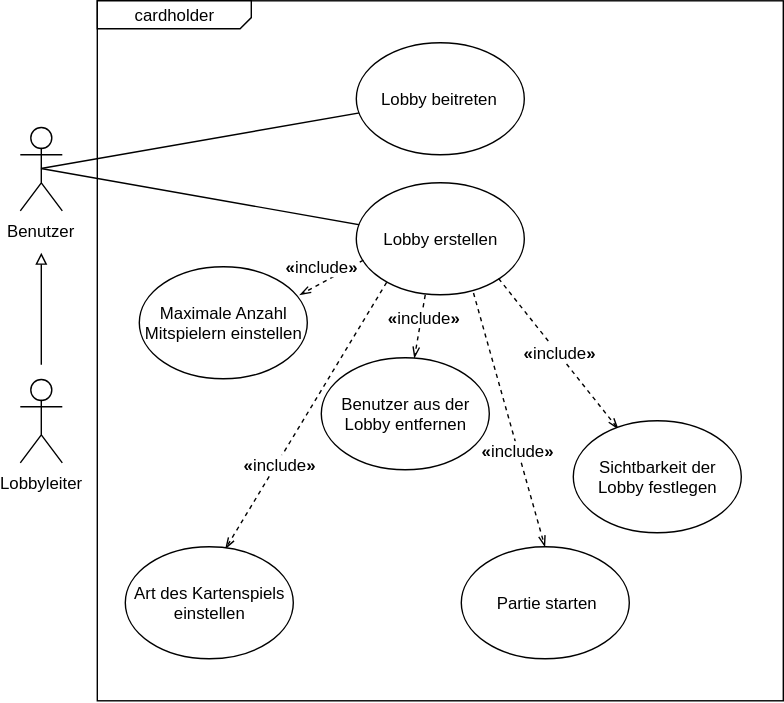
Above: docs/img/ch_usecase.svg in cardholder/docs (draw.io), before the change. Source tidied: cells renumbered, new cells last; positions are measured from the earlier drawing's top-left corner, leaving out a move shared by most shapes. The source it was exported from:
```xml
<mxGraphModel>
  <root>
    <mxCell id="0" />
    <mxCell id="1" parent="0" />
    <mxCell id="2" style="rounded=0;whiteSpace=wrap;html=1;" parent="1" vertex="1">
      <mxGeometry x="55" width="490" height="500" as="geometry" />
    </mxCell>
    <mxCell id="3" style="endArrow=block;html=1;endFill=0;" parent="1" edge="1">
      <mxGeometry relative="1" as="geometry">
        <mxPoint x="15" y="260" as="sourcePoint" />
        <mxPoint x="15" y="180" as="targetPoint" />
      </mxGeometry>
    </mxCell>
    <mxCell id="4" style="jettySize=auto;html=1;exitX=0.5;exitY=0.5;exitDx=0;exitDy=0;exitPerimeter=0;entryX=0.5;entryY=0.5;entryDx=0;entryDy=0;entryPerimeter=0;endArrow=block;endFill=0;rounded=0;strokeColor=#000000;" parent="1" edge="1" source="6" target="8">
      <mxGeometry relative="1" as="geometry" />
    </mxCell>
    <mxCell id="5" style="edgeStyle=none;rounded=0;jettySize=auto;html=1;exitX=0.5;exitY=0.5;exitDx=0;exitDy=0;exitPerimeter=0;entryX=0.5;entryY=0.5;entryDx=0;entryDy=0;entryPerimeter=0;endArrow=block;endFill=0;strokeColor=#000000;" parent="1" edge="1" source="6" target="9">
      <mxGeometry relative="1" as="geometry" />
    </mxCell>
    <mxCell id="6" value="Benutzer" style="shape=umlActor;verticalLabelPosition=bottom;labelBackgroundColor=#ffffff;verticalAlign=top;html=1;outlineConnect=0;" parent="1" vertex="1">
      <mxGeometry y="90" width="30" height="60" as="geometry" />
    </mxCell>
    <mxCell id="7" value="Lobbyleiter" style="shape=umlActor;verticalLabelPosition=bottom;labelBackgroundColor=#ffffff;verticalAlign=top;html=1;outlineConnect=0;" parent="1" vertex="1">
      <mxGeometry y="270" width="30" height="60" as="geometry" />
    </mxCell>
    <mxCell id="8" value="Lobby beitreten" style="ellipse;whiteSpace=wrap;html=1;" parent="1" vertex="1">
      <mxGeometry x="239.5" y="30" width="120" height="80" as="geometry" />
    </mxCell>
    <mxCell id="9" value="Lobby erstellen" style="ellipse;whiteSpace=wrap;html=1;" parent="1" vertex="1">
      <mxGeometry x="239.5" y="130" width="120" height="80" as="geometry" />
    </mxCell>
    <mxCell id="10" style="edgeStyle=none;rounded=0;jettySize=auto;html=1;exitX=0.185;exitY=0.887;exitDx=0;exitDy=0;dashed=1;endArrow=openThin;endFill=0;strokeColor=#000000;exitPerimeter=0;entryX=0.596;entryY=0.016;entryDx=0;entryDy=0;entryPerimeter=0;" parent="1" edge="1" source="9" target="12">
      <mxGeometry relative="1" as="geometry" />
    </mxCell>
    <mxCell id="11" value="&lt;b&gt;«&lt;/b&gt;include&lt;b&gt;»&lt;/b&gt;" style="text;html=1;align=center;verticalAlign=middle;labelBackgroundColor=#ffffff;" parent="10" vertex="1">
      <mxGeometry x="-0.38" relative="1" as="geometry">
        <mxPoint x="-40.5" y="69.5" as="offset" />
      </mxGeometry>
    </mxCell>
    <mxCell id="12" value="Art des Kartenspiels einstellen" style="ellipse;whiteSpace=wrap;html=1;" parent="1" vertex="1">
      <mxGeometry x="75" y="390" width="120" height="80" as="geometry" />
    </mxCell>
    <mxCell id="13" style="edgeStyle=none;rounded=0;jettySize=auto;html=1;exitX=0.047;exitY=0.688;exitDx=0;exitDy=0;endArrow=openThin;endFill=0;strokeColor=#000000;dashed=1;exitPerimeter=0;entryX=0.955;entryY=0.249;entryDx=0;entryDy=0;entryPerimeter=0;" parent="1" edge="1" source="9" target="15">
      <mxGeometry relative="1" as="geometry" />
    </mxCell>
    <mxCell id="14" value="&lt;b&gt;«&lt;/b&gt;include&lt;b&gt;»&lt;/b&gt;" style="text;html=1;align=center;verticalAlign=middle;labelBackgroundColor=#ffffff;" parent="13" vertex="1">
      <mxGeometry x="-0.38" y="2" relative="1" as="geometry">
        <mxPoint x="-17" y="-4.5" as="offset" />
      </mxGeometry>
    </mxCell>
    <mxCell id="15" value="Maximale Anzahl Mitspielern einstellen" style="ellipse;whiteSpace=wrap;html=1;" parent="1" vertex="1">
      <mxGeometry x="85" y="190" width="120" height="80" as="geometry" />
    </mxCell>
    <mxCell id="16" style="edgeStyle=none;rounded=0;jettySize=auto;html=1;entryX=0.268;entryY=0.072;entryDx=0;entryDy=0;dashed=1;endArrow=openThin;endFill=0;strokeColor=#000000;entryPerimeter=0;exitX=1;exitY=1;exitDx=0;exitDy=0;" parent="1" edge="1" source="9" target="18">
      <mxGeometry relative="1" as="geometry" />
    </mxCell>
    <mxCell id="17" value="&lt;b&gt;«&lt;/b&gt;include&lt;b&gt;»&lt;/b&gt;" style="text;html=1;align=center;verticalAlign=middle;labelBackgroundColor=#ffffff;" parent="16" vertex="1">
      <mxGeometry x="-0.19" y="-2" relative="1" as="geometry">
        <mxPoint x="10" y="7" as="offset" />
      </mxGeometry>
    </mxCell>
    <mxCell id="18" value="Sichtbarkeit der Lobby festlegen" style="ellipse;whiteSpace=wrap;html=1;" parent="1" vertex="1">
      <mxGeometry x="395" y="300" width="120" height="80" as="geometry" />
    </mxCell>
    <mxCell id="19" style="edgeStyle=none;rounded=0;jettySize=auto;html=1;exitX=0.415;exitY=0.999;exitDx=0;exitDy=0;dashed=1;endArrow=openThin;endFill=0;strokeColor=#000000;exitPerimeter=0;" parent="1" edge="1" source="9" target="21">
      <mxGeometry relative="1" as="geometry" />
    </mxCell>
    <mxCell id="20" value="&lt;b&gt;«&lt;/b&gt;include&lt;b&gt;»&lt;/b&gt;" style="text;html=1;align=center;verticalAlign=middle;labelBackgroundColor=#ffffff;" parent="19" vertex="1">
      <mxGeometry x="-0.34" y="2" relative="1" as="geometry" />
    </mxCell>
    <mxCell id="21" value="Benutzer aus der Lobby entfernen" style="ellipse;whiteSpace=wrap;html=1;" parent="1" vertex="1">
      <mxGeometry x="215" y="255" width="120" height="80" as="geometry" />
    </mxCell>
    <mxCell id="22" style="edgeStyle=none;rounded=0;jettySize=auto;html=1;exitX=0.702;exitY=0.981;exitDx=0;exitDy=0;dashed=1;endArrow=openThin;endFill=0;strokeColor=#000000;exitPerimeter=0;entryX=0.5;entryY=0;entryDx=0;entryDy=0;" parent="1" edge="1" source="9" target="24">
      <mxGeometry relative="1" as="geometry" />
    </mxCell>
    <mxCell id="23" value="&lt;b&gt;«&lt;/b&gt;include&lt;b&gt;»&lt;/b&gt;" style="text;html=1;align=center;verticalAlign=middle;labelBackgroundColor=#ffffff;" parent="22" vertex="1">
      <mxGeometry x="-0.25" y="1" relative="1" as="geometry">
        <mxPoint x="11.5" y="44" as="offset" />
      </mxGeometry>
    </mxCell>
    <mxCell id="24" value="Partie starten" style="ellipse;whiteSpace=wrap;html=1;" parent="1" vertex="1">
      <mxGeometry x="315" y="390" width="120" height="80" as="geometry" />
    </mxCell>
    <mxCell id="25" value="cardholder" style="shape=card;whiteSpace=wrap;html=1;direction=west;size=8;" parent="1" vertex="1">
      <mxGeometry x="55" width="110" height="20" as="geometry" />
    </mxCell>
  </root>
</mxGraphModel>
```
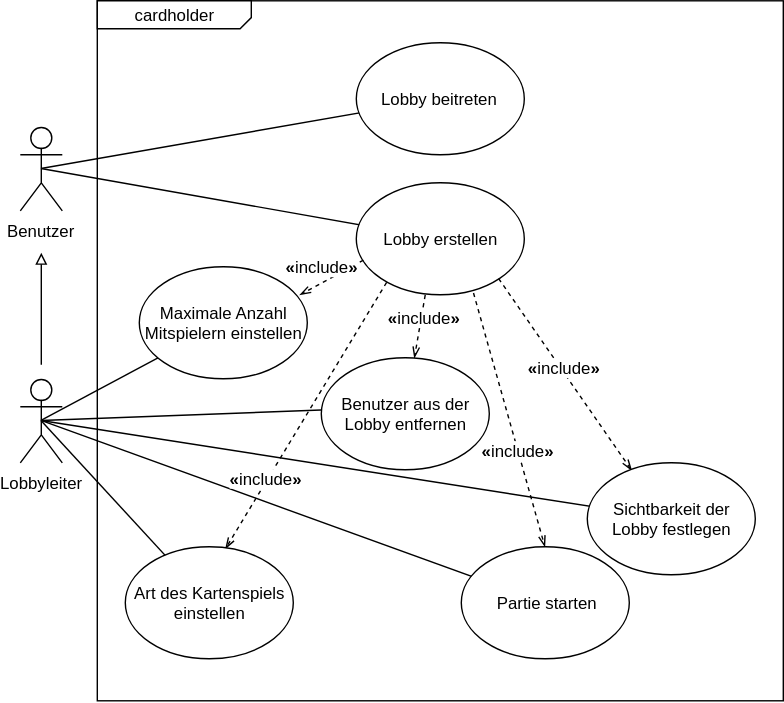
The same file after the commit.

Commit message:
fixed use-case diagram

What changed in the source:
```diff
@@ -20,6 +20,21 @@
     <mxCell id="6" value="Benutzer" style="shape=umlActor;verticalLabelPosition=bottom;labelBackgroundColor=#ffffff;verticalAlign=top;html=1;outlineConnect=0;" parent="1" vertex="1">
       <mxGeometry y="90" width="30" height="60" as="geometry" />
     </mxCell>
+    <mxCell id="26" style="edgeStyle=none;rounded=0;jettySize=auto;html=1;exitX=0.5;exitY=0.5;exitDx=0;exitDy=0;exitPerimeter=0;entryX=0.5;entryY=0.5;entryDx=0;entryDy=0;entryPerimeter=0;endArrow=openThin;endFill=0;strokeColor=#000000;" parent="1" edge="1" source="7" target="15">
+      <mxGeometry relative="1" as="geometry" />
+    </mxCell>
+    <mxCell id="27" style="edgeStyle=none;rounded=0;jettySize=auto;html=1;exitX=0.5;exitY=0.5;exitDx=0;exitDy=0;exitPerimeter=0;entryX=0.5;entryY=0.438;entryDx=0;entryDy=0;entryPerimeter=0;endArrow=openThin;endFill=0;strokeColor=#000000;" parent="1" edge="1" source="7" target="21">
+      <mxGeometry relative="1" as="geometry" />
+    </mxCell>
+    <mxCell id="28" style="edgeStyle=none;rounded=0;jettySize=auto;html=1;exitX=0.5;exitY=0.5;exitDx=0;exitDy=0;exitPerimeter=0;entryX=0.5;entryY=0.5;entryDx=0;entryDy=0;entryPerimeter=0;endArrow=openThin;endFill=0;strokeColor=#000000;" parent="1" edge="1" source="7" target="18">
+      <mxGeometry relative="1" as="geometry" />
+    </mxCell>
+    <mxCell id="29" style="edgeStyle=none;rounded=0;jettySize=auto;html=1;exitX=0.5;exitY=0.5;exitDx=0;exitDy=0;exitPerimeter=0;entryX=0.5;entryY=0.5;entryDx=0;entryDy=0;entryPerimeter=0;endArrow=openThin;endFill=0;strokeColor=#000000;" parent="1" edge="1" source="7" target="24">
+      <mxGeometry relative="1" as="geometry" />
+    </mxCell>
+    <mxCell id="30" style="edgeStyle=none;rounded=0;jettySize=auto;html=1;exitX=0.5;exitY=0.5;exitDx=0;exitDy=0;exitPerimeter=0;entryX=0.5;entryY=0.5;entryDx=0;entryDy=0;entryPerimeter=0;endArrow=openThin;endFill=0;strokeColor=#000000;" parent="1" edge="1" source="7" target="12">
+      <mxGeometry relative="1" as="geometry" />
+    </mxCell>
     <mxCell id="7" value="Lobbyleiter" style="shape=umlActor;verticalLabelPosition=bottom;labelBackgroundColor=#ffffff;verticalAlign=top;html=1;outlineConnect=0;" parent="1" vertex="1">
       <mxGeometry y="270" width="30" height="60" as="geometry" />
     </mxCell>
@@ -34,7 +49,7 @@
     </mxCell>
     <mxCell id="11" value="&lt;b&gt;«&lt;/b&gt;include&lt;b&gt;»&lt;/b&gt;" style="text;html=1;align=center;verticalAlign=middle;labelBackgroundColor=#ffffff;" parent="10" vertex="1">
       <mxGeometry x="-0.38" relative="1" as="geometry">
-        <mxPoint x="-40.5" y="69.5" as="offset" />
+        <mxPoint x="-50.5" y="79.5" as="offset" />
       </mxGeometry>
     </mxCell>
     <mxCell id="12" value="Art des Kartenspiels einstellen" style="ellipse;whiteSpace=wrap;html=1;" parent="1" vertex="1">
@@ -60,7 +75,7 @@
       </mxGeometry>
     </mxCell>
     <mxCell id="18" value="Sichtbarkeit der Lobby festlegen" style="ellipse;whiteSpace=wrap;html=1;" parent="1" vertex="1">
-      <mxGeometry x="395" y="300" width="120" height="80" as="geometry" />
+      <mxGeometry x="405" y="330" width="120" height="80" as="geometry" />
     </mxCell>
     <mxCell id="19" style="edgeStyle=none;rounded=0;jettySize=auto;html=1;exitX=0.415;exitY=0.999;exitDx=0;exitDy=0;dashed=1;endArrow=openThin;endFill=0;strokeColor=#000000;exitPerimeter=0;" parent="1" edge="1" source="9" target="21">
       <mxGeometry relative="1" as="geometry" />
```
